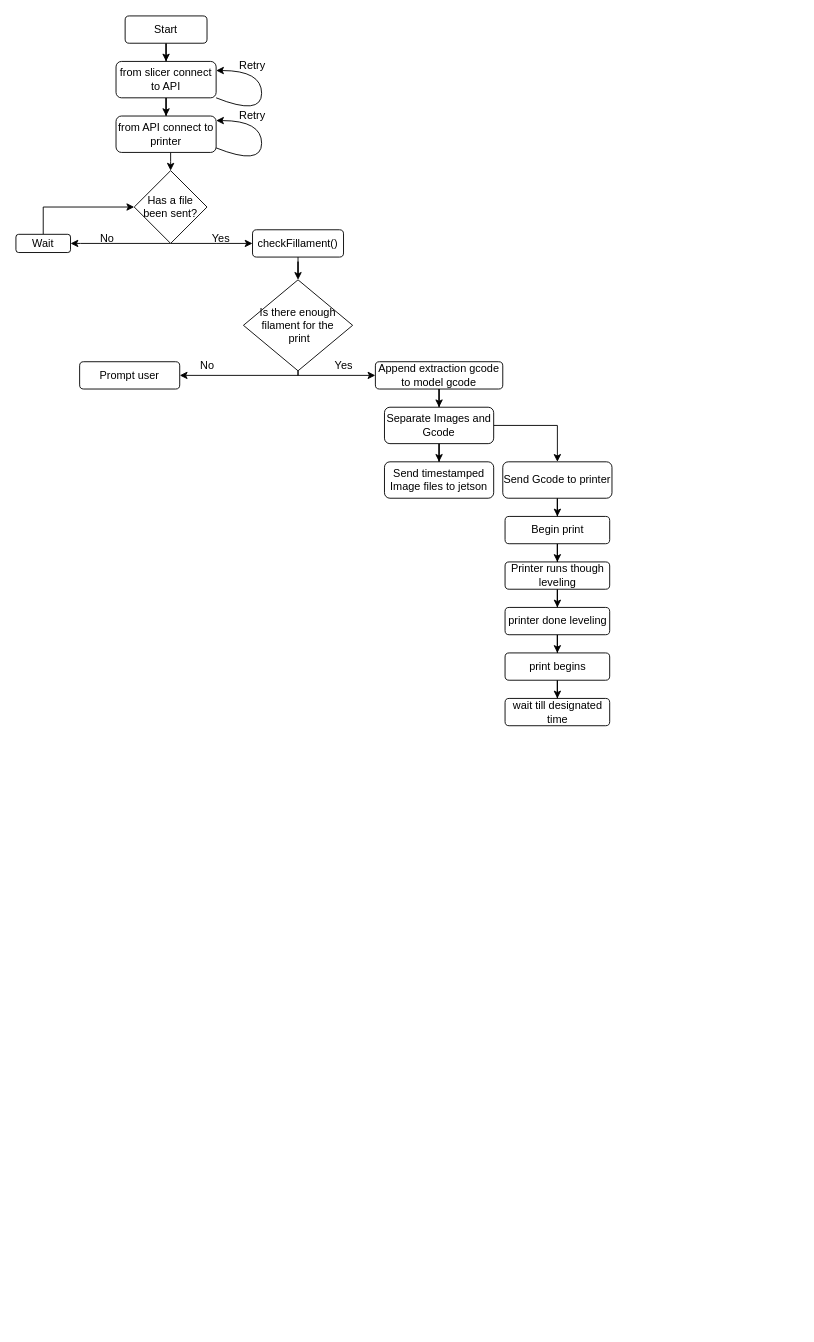
The draw.io diagram Untitled Diagram.drawio in BlakeMaas/CS125-matlab-2022, before the edit. Source tidied: cells renumbered, new cells numbered last; positions are measured from the earlier drawing's top-left corner, leaving out a move shared by most shapes. Both pictures are drawn from the tidied source at 91%, with x=0, y=0 at pixel (15, 15).
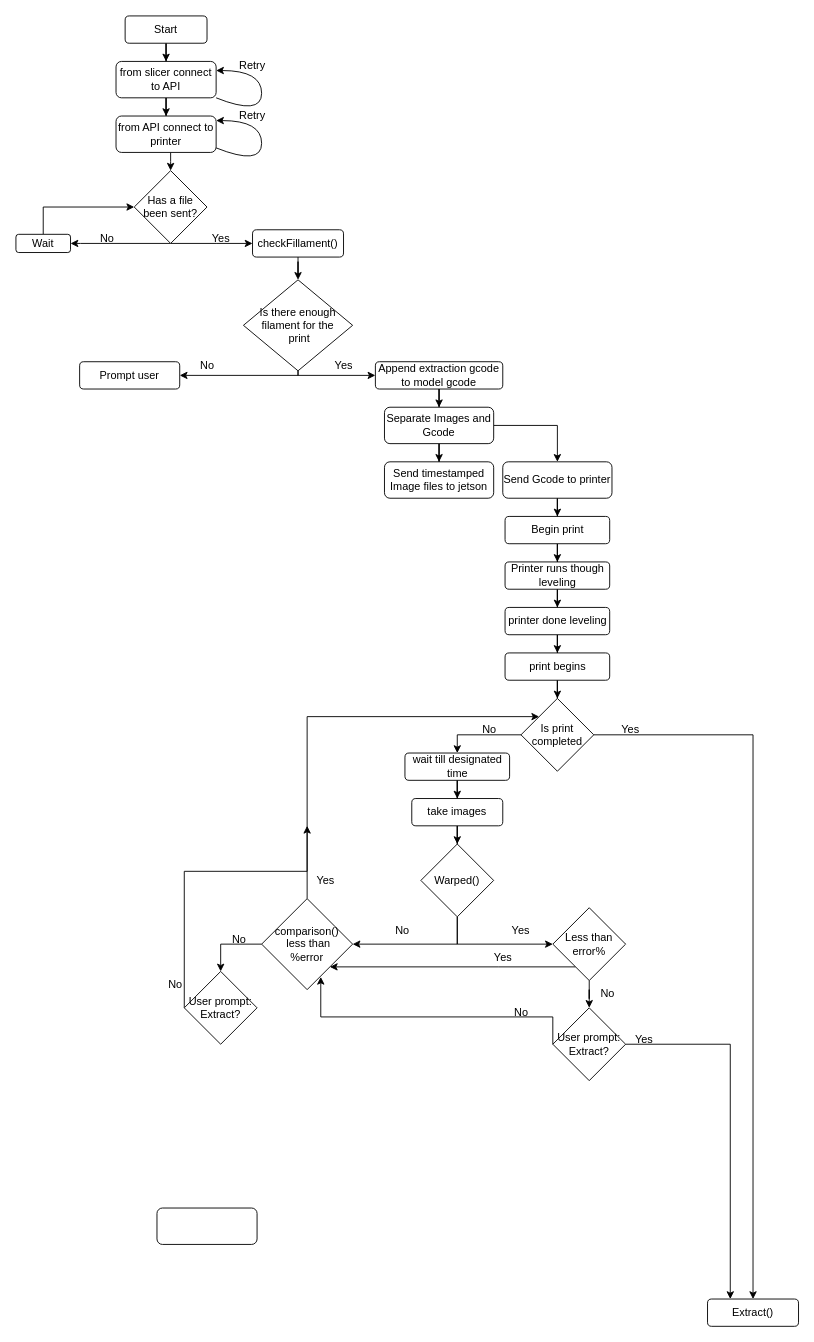
The same diagram, later.

The change refers to these unchanged cells:
```xml
<mxCell id="42" value="print begins" style="rounded=1;whiteSpace=wrap;html=1;" parent="1" vertex="1">
  <mxGeometry x="537.5" y="700" width="115" height="30" as="geometry" />
</mxCell>
```

What changed in the source:
```diff
@@
-    <mxCell id="41" style="edgeStyle=orthogonalEdgeStyle;rounded=0;jettySize=auto;html=1;" parent="1" edge="1" source="42" target="43">
-      <mxGeometry relative="1" as="geometry" />
-    </mxCell>
+    <mxCell id="44" style="edgeStyle=orthogonalEdgeStyle;rounded=0;jettySize=auto;html=1;entryX=0.5;entryY=0;entryDx=0;entryDy=0;" parent="1" edge="1" source="42" target="61">
+      <mxGeometry relative="1" as="geometry" />
+    </mxCell>
@@
+    <mxCell id="45" style="edgeStyle=orthogonalEdgeStyle;rounded=0;jettySize=auto;html=1;" parent="1" edge="1" source="43" target="47">
+      <mxGeometry relative="1" as="geometry" />
+    </mxCell>
     <mxCell id="43" value="wait till designated time" style="rounded=1;whiteSpace=wrap;html=1;" parent="1" vertex="1">
-      <mxGeometry x="537.5" y="750" width="115" height="30" as="geometry" />
+      <mxGeometry x="427.5" y="810" width="115" height="30" as="geometry" />
     </mxCell>
+    <mxCell id="46" style="edgeStyle=orthogonalEdgeStyle;rounded=0;jettySize=auto;html=1;entryX=0.5;entryY=0;entryDx=0;entryDy=0;" parent="1" edge="1" source="47" target="50">
+      <mxGeometry relative="1" as="geometry" />
+    </mxCell>
+    <mxCell id="47" value="take images" style="rounded=1;whiteSpace=wrap;html=1;" parent="1" vertex="1">
+      <mxGeometry x="435" y="860" width="100" height="30" as="geometry" />
+    </mxCell>
+    <mxCell id="48" style="edgeStyle=orthogonalEdgeStyle;rounded=0;jettySize=auto;html=1;entryX=1;entryY=0.5;entryDx=0;entryDy=0;" parent="1" edge="1" source="50" target="56">
+      <mxGeometry relative="1" as="geometry">
+        <Array as="points">
+          <mxPoint x="485" y="1020" />
+        </Array>
+      </mxGeometry>
+    </mxCell>
+    <mxCell id="49" style="edgeStyle=orthogonalEdgeStyle;rounded=0;jettySize=auto;html=1;entryX=0;entryY=0.5;entryDx=0;entryDy=0;" parent="1" edge="1" source="50" target="53">
+      <mxGeometry relative="1" as="geometry">
+        <Array as="points">
+          <mxPoint x="485" y="1020" />
+        </Array>
+      </mxGeometry>
+    </mxCell>
+    <mxCell id="50" value="Warped()" style="rhombus;whiteSpace=wrap;html=1;" parent="1" vertex="1">
+      <mxGeometry x="445" y="910" width="80" height="80" as="geometry" />
+    </mxCell>
+    <mxCell id="51" style="edgeStyle=orthogonalEdgeStyle;rounded=0;jettySize=auto;html=1;entryX=0.5;entryY=0;entryDx=0;entryDy=0;" parent="1" edge="1" source="53" target="67">
+      <mxGeometry relative="1" as="geometry" />
+    </mxCell>
+    <mxCell id="52" style="edgeStyle=orthogonalEdgeStyle;rounded=0;jettySize=auto;html=1;entryX=1;entryY=1;entryDx=0;entryDy=0;" parent="1" edge="1" source="53" target="56">
+      <mxGeometry relative="1" as="geometry">
+        <Array as="points">
+          <mxPoint x="530" y="1045" />
+          <mxPoint x="530" y="1045" />
+        </Array>
+      </mxGeometry>
+    </mxCell>
+    <mxCell id="53" value="Less than error%" style="rhombus;whiteSpace=wrap;html=1;" parent="1" vertex="1">
+      <mxGeometry x="590" y="980" width="80" height="80" as="geometry" />
+    </mxCell>
+    <mxCell id="54" style="edgeStyle=orthogonalEdgeStyle;rounded=0;jettySize=auto;html=1;entryX=0;entryY=0;entryDx=0;entryDy=0;" parent="1" edge="1" source="56" target="61">
+      <mxGeometry relative="1" as="geometry">
+        <Array as="points">
+          <mxPoint x="320" y="770" />
+        </Array>
+      </mxGeometry>
+    </mxCell>
+    <mxCell id="55" style="edgeStyle=orthogonalEdgeStyle;rounded=0;jettySize=auto;html=1;entryX=0.5;entryY=0;entryDx=0;entryDy=0;" parent="1" edge="1" source="56" target="74">
+      <mxGeometry relative="1" as="geometry" />
+    </mxCell>
+    <mxCell id="56" value="comparison()&lt;div&gt;&amp;nbsp;less than&lt;div&gt;%error&lt;/div&gt;&lt;/div&gt;" style="rhombus;whiteSpace=wrap;html=1;" parent="1" vertex="1">
+      <mxGeometry x="270" y="970" width="100" height="100" as="geometry" />
+    </mxCell>
+    <mxCell id="57" value="Yes" style="text;html=1;align=center;verticalAlign=middle;whiteSpace=wrap;rounded=0;" parent="1" vertex="1">
+      <mxGeometry x="525" y="990" width="60" height="30" as="geometry" />
+    </mxCell>
+    <mxCell id="58" value="No" style="text;html=1;align=center;verticalAlign=middle;whiteSpace=wrap;rounded=0;" parent="1" vertex="1">
+      <mxGeometry x="395" y="990" width="60" height="30" as="geometry" />
+    </mxCell>
+    <mxCell id="59" style="edgeStyle=orthogonalEdgeStyle;rounded=0;jettySize=auto;html=1;entryX=0.5;entryY=0;entryDx=0;entryDy=0;" parent="1" edge="1" source="61" target="43">
+      <mxGeometry relative="1" as="geometry" />
+    </mxCell>
+    <mxCell id="60" style="edgeStyle=orthogonalEdgeStyle;rounded=0;jettySize=auto;html=1;entryX=0.5;entryY=0;entryDx=0;entryDy=0;" parent="1" edge="1" source="61" target="63">
+      <mxGeometry relative="1" as="geometry" />
+    </mxCell>
+    <mxCell id="61" value="Is print completed" style="rhombus;whiteSpace=wrap;html=1;" parent="1" vertex="1">
+      <mxGeometry x="555" y="750" width="80" height="80" as="geometry" />
+    </mxCell>
+    <mxCell id="62" value="No" style="text;html=1;align=center;verticalAlign=middle;strokeColor=none;fillColor=none;" parent="1" vertex="1">
+      <mxGeometry x="500" y="770" width="40" height="30" as="geometry" />
+    </mxCell>
+    <mxCell id="63" value="Extract()" style="rounded=1;whiteSpace=wrap;html=1;" parent="1" vertex="1">
+      <mxGeometry x="760" y="1410" width="100" height="30" as="geometry" />
+    </mxCell>
+    <mxCell id="64" value="Yes" style="text;html=1;align=center;verticalAlign=middle;strokeColor=none;fillColor=none;" parent="1" vertex="1">
+      <mxGeometry x="655" y="770" width="40" height="30" as="geometry" />
+    </mxCell>
+    <mxCell id="65" value="Yes" style="text;html=1;align=center;verticalAlign=middle;strokeColor=none;fillColor=none;" parent="1" vertex="1">
+      <mxGeometry x="515" y="1020" width="40" height="30" as="geometry" />
+    </mxCell>
+    <mxCell id="66" style="edgeStyle=orthogonalEdgeStyle;rounded=0;jettySize=auto;html=1;entryX=0.25;entryY=0;entryDx=0;entryDy=0;" parent="1" edge="1" source="67" target="63">
+      <mxGeometry relative="1" as="geometry" />
+    </mxCell>
+    <mxCell id="67" value="User prompt: Extract?" style="rhombus;whiteSpace=wrap;html=1;" parent="1" vertex="1">
+      <mxGeometry x="590" y="1090" width="80" height="80" as="geometry" />
+    </mxCell>
+    <mxCell id="68" value="No" style="text;html=1;align=center;verticalAlign=middle;strokeColor=none;fillColor=none;" parent="1" vertex="1">
+      <mxGeometry x="630" y="1060" width="40" height="30" as="geometry" />
+    </mxCell>
+    <mxCell id="69" style="rounded=1;whiteSpace=wrap;html=1;" parent="1" vertex="1">
+      <mxGeometry x="155" y="1310" width="110" height="40" as="geometry" />
+    </mxCell>
+    <mxCell id="70" value="Yes" style="text;html=1;align=center;verticalAlign=middle;strokeColor=none;fillColor=none;" parent="1" vertex="1">
+      <mxGeometry x="670" y="1110" width="40" height="30" as="geometry" />
+    </mxCell>
+    <mxCell id="71" style="edgeStyle=orthogonalEdgeStyle;rounded=0;jettySize=auto;html=1;entryX=0.65;entryY=0.86;entryDx=0;entryDy=0;entryPerimeter=0;exitX=0;exitY=0.5;exitDx=0;exitDy=0;" parent="1" edge="1" source="67" target="56">
+      <mxGeometry relative="1" as="geometry">
+        <Array as="points">
+          <mxPoint x="590" y="1100" />
+          <mxPoint x="335" y="1100" />
+        </Array>
+      </mxGeometry>
+    </mxCell>
+    <mxCell id="72" value="No" style="text;html=1;align=center;verticalAlign=middle;strokeColor=none;fillColor=none;" parent="1" vertex="1">
+      <mxGeometry x="535" y="1080" width="40" height="30" as="geometry" />
+    </mxCell>
+    <mxCell id="73" style="edgeStyle=orthogonalEdgeStyle;rounded=0;jettySize=auto;html=1;exitX=0;exitY=0.5;exitDx=0;exitDy=0;" parent="1" edge="1" source="74">
+      <mxGeometry relative="1" as="geometry">
+        <mxPoint x="320" y="890" as="targetPoint" />
+        <Array as="points">
+          <mxPoint x="185" y="940" />
+          <mxPoint x="320" y="940" />
+        </Array>
+      </mxGeometry>
+    </mxCell>
+    <mxCell id="74" value="User prompt: Extract?" style="rhombus;whiteSpace=wrap;html=1;" parent="1" vertex="1">
+      <mxGeometry x="185" y="1050" width="80" height="80" as="geometry" />
+    </mxCell>
+    <mxCell id="75" value="Yes" style="text;html=1;align=center;verticalAlign=middle;strokeColor=none;fillColor=none;" parent="1" vertex="1">
+      <mxGeometry x="320" y="935" width="40" height="30" as="geometry" />
+    </mxCell>
+    <mxCell id="76" value="No" style="text;html=1;align=center;verticalAlign=middle;strokeColor=none;fillColor=none;" parent="1" vertex="1">
+      <mxGeometry x="225" y="1000" width="40" height="30" as="geometry" />
+    </mxCell>
+    <mxCell id="77" value="No" style="text;html=1;align=center;verticalAlign=middle;strokeColor=none;fillColor=none;" parent="1" vertex="1">
+      <mxGeometry x="155" y="1050" width="40" height="30" as="geometry" />
+    </mxCell>
```
